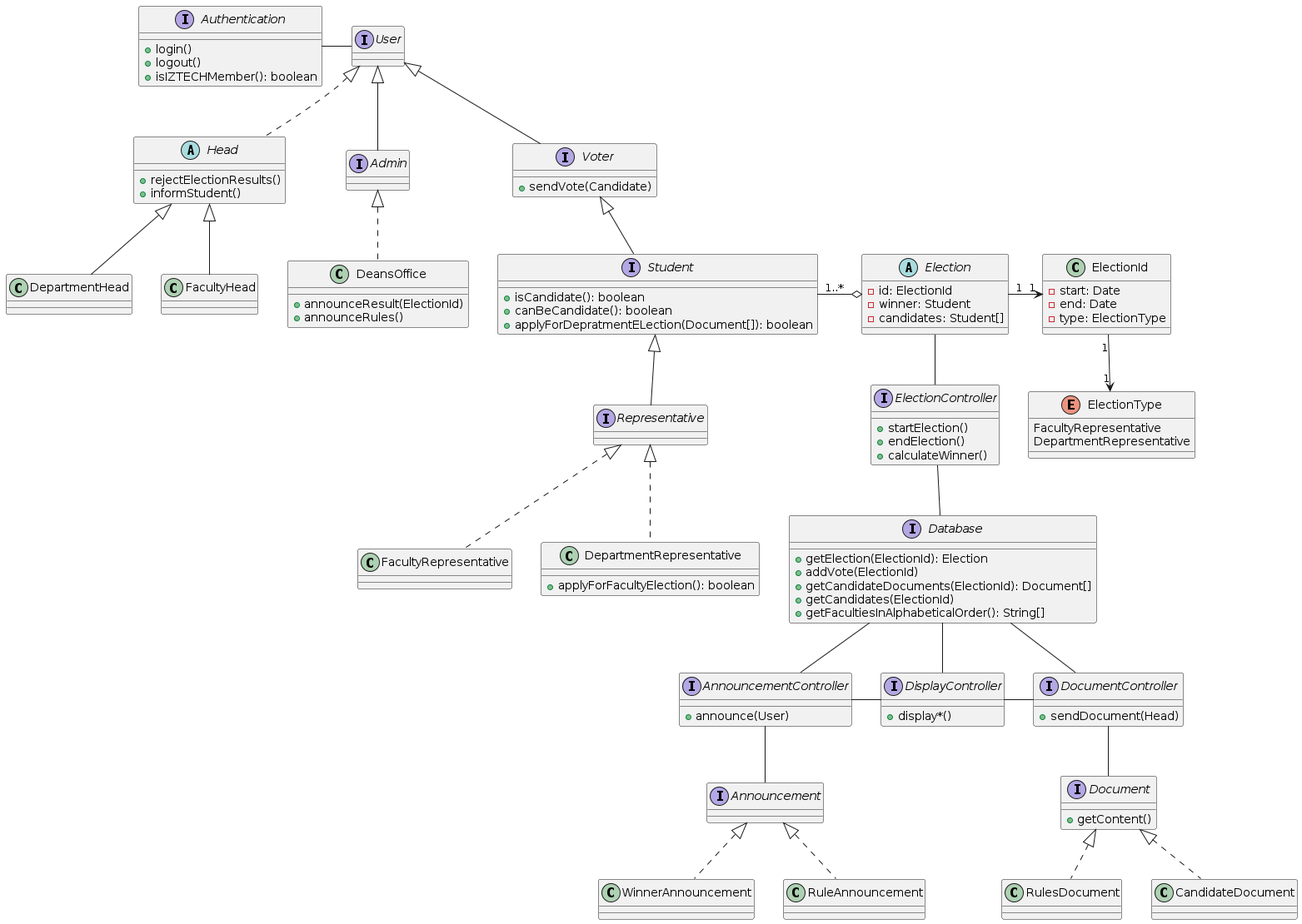
Before: diagrams/logical-viewpoint.png, a diagram exported from PlantUML (Malik-Hinnawi/Project-1_Election-Project-Diagrams).
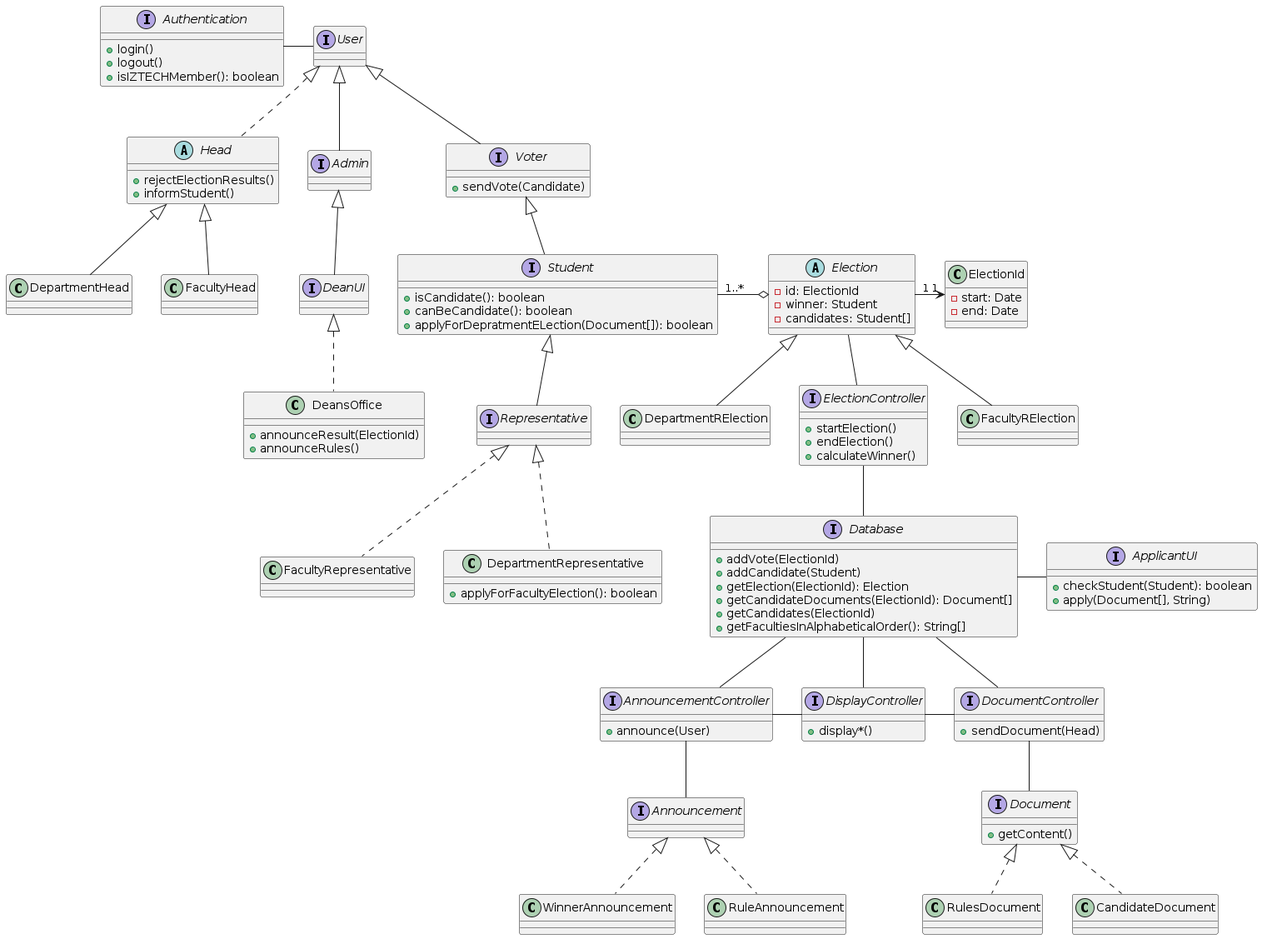
The same diagram one commit later.

Commit message:
Added Dean/Applicant UI & addCandidate function to db

Diff of the diagram source:
```diff
@@ -7,11 +7,13 @@
 }
 
 interface Database {
+    +addVote(ElectionId)
+    +addCandidate(Student)
     +getElection(ElectionId): Election
-    +addVote(ElectionId)
     +getCandidateDocuments(ElectionId): Document[]
     +getCandidates(ElectionId)
     +getFacultiesInAlphabeticalOrder(): String[]
+
 }
 
 interface Announcement{
@@ -55,6 +57,11 @@
     +applyForDepratmentELection(Document[]): boolean
 }
 
+interface ApplicantUI {
+	+checkStudent(Student): boolean
+	+apply(Document[], String)
+}
+
 
 interface Representative extends Student
 
@@ -67,8 +74,9 @@
 interface Voter extends User {
     + sendVote(Candidate)
 }
+ interface DeanUI extends Admin
 
-class DeansOffice implements Admin {
+class DeansOffice implements DeanUI {
     + announceResult(ElectionId)
     + announceRules()
 }
@@ -91,19 +99,18 @@
     - candidates: Student[]
 }
 
+class FacultyRElection extends Election
+
+class DepartmentRElection extends Election
+
 class ElectionId {
     -start: Date
     -end: Date
-    -type: ElectionType
 }
 
-enum ElectionType{
-    FacultyRepresentative
-    DepartmentRepresentative
-}
+
 
 Election "1" -right-> "1" ElectionId
-ElectionId "1" -down-> "1" ElectionType
 Election -- ElectionController
 Student"1..*" -right-o Election
 
@@ -116,5 +123,5 @@
 AnnouncementController -up- Database
 DisplayController -left- AnnouncementController
 DisplayController -right- DocumentController
-
+ApplicantUI -left- Database
 @enduml
```
